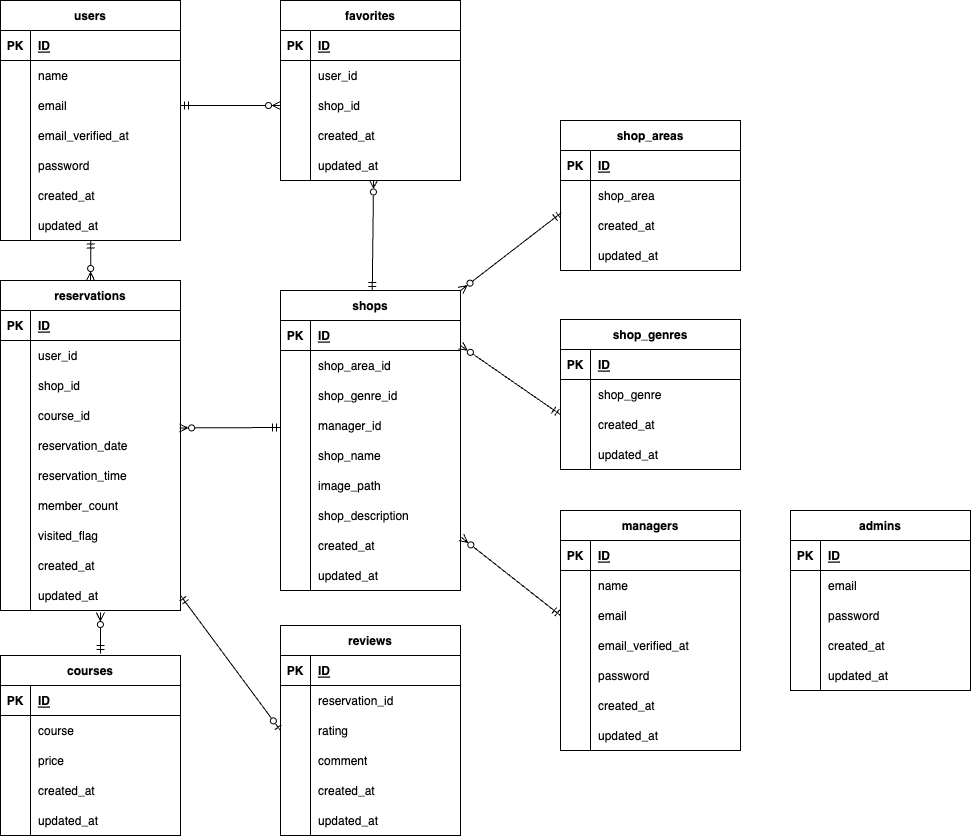
The draw.io diagram src/Rese.drawio.png in aida39/Rese, before a commit. Source tidied: cells renumbered, new cells last; positions are measured from the earlier drawing's top-left corner, leaving out a move shared by most shapes.
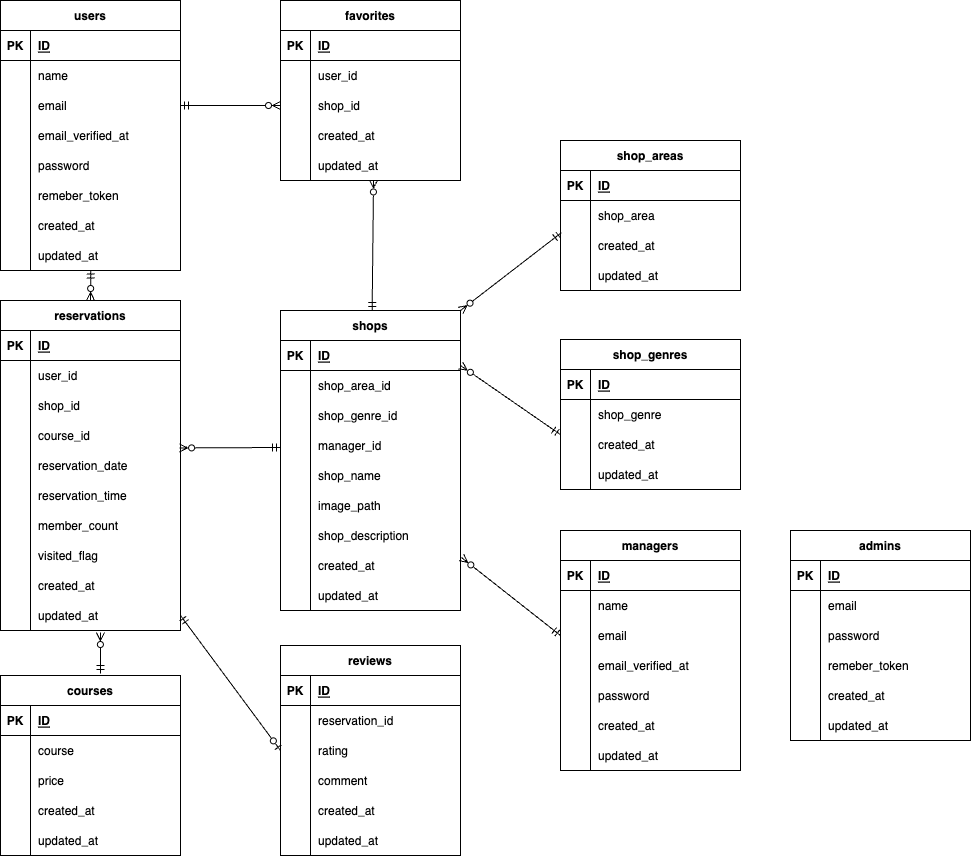
After the change.

Commit message:
README、テーブル設計図の修正

What changed in the source:
```diff
@@ -3,7 +3,7 @@
     <mxCell id="0" />
     <mxCell id="1" parent="0" />
     <mxCell id="2" value="users" style="shape=table;startSize=30;rowLines=0;fontStyle=1;align=center;" parent="1" vertex="1">
-      <mxGeometry width="180" height="240" as="geometry" />
+      <mxGeometry y="-20" width="180" height="270" as="geometry" />
     </mxCell>
     <mxCell id="3" style="shape=tableRow;horizontal=0;startSize=0;swimlaneHead=0;swimlaneBody=0;fillColor=none;top=0;left=0;right=0;bottom=1;" parent="2" vertex="1">
       <mxGeometry y="30" width="180" height="30" as="geometry" />
@@ -50,8 +50,17 @@
     <mxCell id="17" value="password" style="shape=partialRectangle;fillColor=none;top=0;left=0;bottom=0;right=0;align=left;spacingLeft=6;overflow=hidden;" parent="15" vertex="1">
       <mxGeometry x="30" width="150" height="30" as="geometry" />
     </mxCell>
+    <mxCell id="207" style="shape=tableRow;horizontal=0;startSize=0;swimlaneHead=0;swimlaneBody=0;fillColor=none;top=0;left=0;right=0;bottom=0;" parent="2" vertex="1">
+      <mxGeometry y="180" width="180" height="30" as="geometry" />
+    </mxCell>
+    <mxCell id="208" style="shape=partialRectangle;fillColor=none;top=0;left=0;bottom=0;right=0;overflow=hidden;" parent="207" vertex="1">
+      <mxGeometry width="30" height="30" as="geometry" />
+    </mxCell>
+    <mxCell id="209" value="remeber_token" style="shape=partialRectangle;fillColor=none;top=0;left=0;bottom=0;right=0;align=left;spacingLeft=6;overflow=hidden;" parent="207" vertex="1">
+      <mxGeometry x="30" width="150" height="30" as="geometry" />
+    </mxCell>
     <mxCell id="18" style="shape=tableRow;horizontal=0;startSize=0;swimlaneHead=0;swimlaneBody=0;fillColor=none;top=0;left=0;right=0;bottom=0;" parent="2" vertex="1">
-      <mxGeometry y="180" width="180" height="30" as="geometry" />
+      <mxGeometry y="210" width="180" height="30" as="geometry" />
     </mxCell>
     <mxCell id="19" style="shape=partialRectangle;fillColor=none;top=0;left=0;bottom=0;right=0;overflow=hidden;" parent="18" vertex="1">
       <mxGeometry width="30" height="30" as="geometry" />
@@ -60,7 +69,7 @@
       <mxGeometry x="30" width="150" height="30" as="geometry" />
     </mxCell>
     <mxCell id="21" style="shape=tableRow;horizontal=0;startSize=0;swimlaneHead=0;swimlaneBody=0;fillColor=none;points=[[0,0.5],[1,0.5]];portConstraint=eastwest;top=0;left=0;right=0;bottom=0;" parent="2" vertex="1">
-      <mxGeometry y="210" width="180" height="30" as="geometry" />
+      <mxGeometry y="240" width="180" height="30" as="geometry" />
     </mxCell>
     <mxCell id="22" style="shape=partialRectangle;fillColor=none;top=0;left=0;bottom=0;right=0;overflow=hidden;" parent="21" vertex="1">
       <mxGeometry width="30" height="30" as="geometry" />
@@ -165,7 +174,7 @@
       <mxGeometry relative="1" as="geometry" />
     </mxCell>
     <mxCell id="56" value="favorites" style="shape=table;startSize=30;rowLines=0;fontStyle=1;align=center;" parent="1" vertex="1">
-      <mxGeometry x="280" width="180" height="180" as="geometry" />
+      <mxGeometry x="280" y="-20" width="180" height="180" as="geometry" />
     </mxCell>
     <mxCell id="57" style="shape=tableRow;horizontal=0;startSize=0;swimlaneHead=0;swimlaneBody=0;fillColor=none;top=0;left=0;right=0;bottom=1;" parent="56" vertex="1">
       <mxGeometry y="30" width="180" height="30" as="geometry" />
@@ -454,7 +463,7 @@
       <mxGeometry relative="1" as="geometry" />
     </mxCell>
     <mxCell id="151" value="admins" style="shape=table;startSize=30;rowLines=0;fontStyle=1;align=center;" parent="1" vertex="1">
-      <mxGeometry x="790" y="510" width="180" height="180" as="geometry" />
+      <mxGeometry x="790" y="510" width="180" height="210" as="geometry" />
     </mxCell>
     <mxCell id="152" style="shape=tableRow;horizontal=0;startSize=0;swimlaneHead=0;swimlaneBody=0;fillColor=none;top=0;left=0;right=0;bottom=1;" parent="151" vertex="1">
       <mxGeometry y="30" width="180" height="30" as="geometry" />
@@ -483,8 +492,17 @@
     <mxCell id="160" value="password" style="shape=partialRectangle;fillColor=none;top=0;left=0;bottom=0;right=0;align=left;spacingLeft=6;overflow=hidden;" parent="158" vertex="1">
       <mxGeometry x="30" width="150" height="30" as="geometry" />
     </mxCell>
+    <mxCell id="210" style="shape=tableRow;horizontal=0;startSize=0;swimlaneHead=0;swimlaneBody=0;fillColor=none;top=0;left=0;right=0;bottom=0;" parent="151" vertex="1">
+      <mxGeometry y="120" width="180" height="30" as="geometry" />
+    </mxCell>
+    <mxCell id="211" style="shape=partialRectangle;fillColor=none;top=0;left=0;bottom=0;right=0;overflow=hidden;" parent="210" vertex="1">
+      <mxGeometry width="30" height="30" as="geometry" />
+    </mxCell>
+    <mxCell id="212" value="remeber_token" style="shape=partialRectangle;fillColor=none;top=0;left=0;bottom=0;right=0;align=left;spacingLeft=6;overflow=hidden;" parent="210" vertex="1">
+      <mxGeometry x="30" width="150" height="30" as="geometry" />
+    </mxCell>
     <mxCell id="161" style="shape=tableRow;horizontal=0;startSize=0;swimlaneHead=0;swimlaneBody=0;fillColor=none;top=0;left=0;right=0;bottom=0;" parent="151" vertex="1">
-      <mxGeometry y="120" width="180" height="30" as="geometry" />
+      <mxGeometry y="150" width="180" height="30" as="geometry" />
     </mxCell>
     <mxCell id="162" style="shape=partialRectangle;fillColor=none;top=0;left=0;bottom=0;right=0;overflow=hidden;" parent="161" vertex="1">
       <mxGeometry width="30" height="30" as="geometry" />
@@ -493,7 +511,7 @@
       <mxGeometry x="30" width="150" height="30" as="geometry" />
     </mxCell>
     <mxCell id="164" style="shape=tableRow;horizontal=0;startSize=0;swimlaneHead=0;swimlaneBody=0;fillColor=none;top=0;left=0;right=0;bottom=0;" parent="151" vertex="1">
-      <mxGeometry y="150" width="180" height="30" as="geometry" />
+      <mxGeometry y="180" width="180" height="30" as="geometry" />
     </mxCell>
     <mxCell id="165" style="shape=partialRectangle;fillColor=none;top=0;left=0;bottom=0;right=0;overflow=hidden;" parent="164" vertex="1">
       <mxGeometry width="30" height="30" as="geometry" />
```
